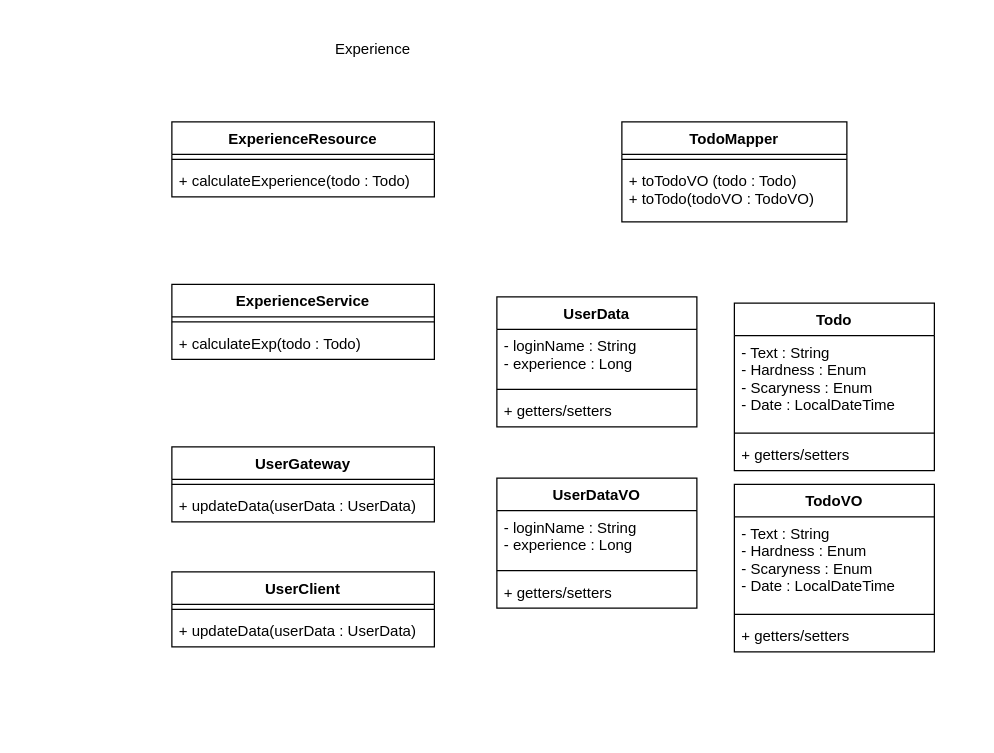
FedosovMax/knightcharacter keeps this draw.io diagram as Experience.drawio. Above is the earlier version. Source tidied: cells renumbered, new cells numbered last; positions are measured from the earlier drawing's top-left corner, leaving out a move shared by most shapes. Both pictures are drawn from the tidied source at 125%, with x=0, y=0 at pixel (171, 36).
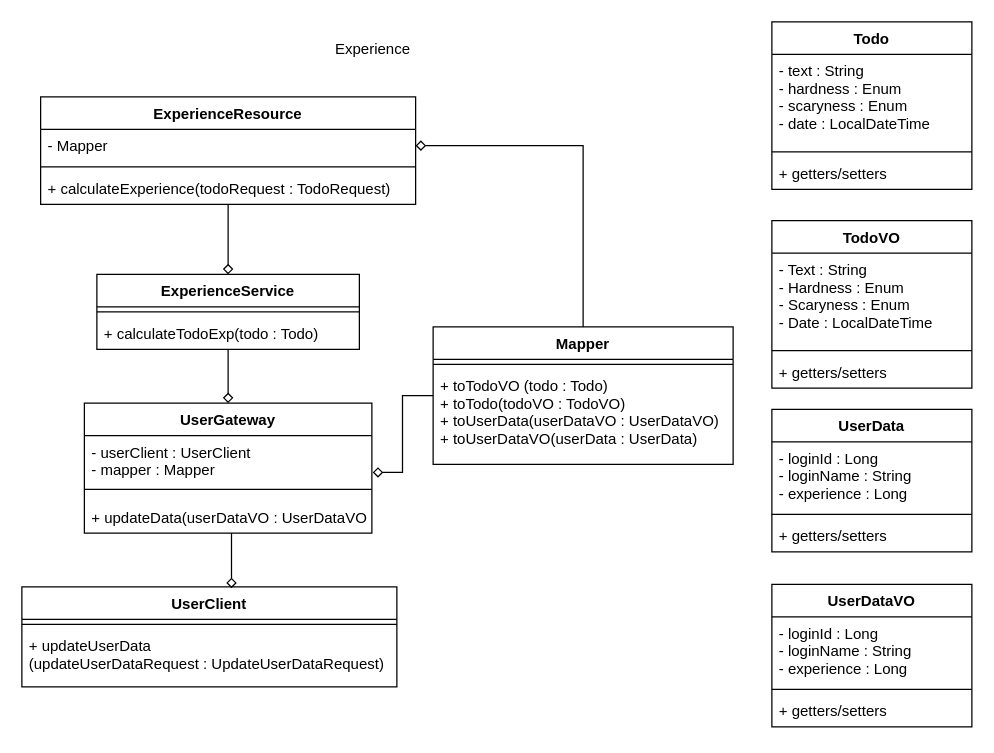
The same page after the edit.

The edit, as a diff of the source:
```diff
@@
+    <mxCell id="34" style="edgeStyle=orthogonalEdgeStyle;rounded=0;jettySize=auto;html=1;endArrow=diamond;endFill=0;" parent="1" edge="1" source="3" target="12">
+      <mxGeometry relative="1" as="geometry" />
+    </mxCell>
     <mxCell id="3" value="ExperienceService" style="swimlane;fontStyle=1;align=center;verticalAlign=top;horizontal=1;startSize=26;fillColor=none;" parent="1" vertex="1">
-      <mxGeometry y="198" width="210" height="60" as="geometry" />
+      <mxGeometry x="-60" y="190" width="210" height="60" as="geometry" />
     </mxCell>
@@
-    <mxCell id="5" value="+ calculateExp(todo : Todo)" style="text;strokeColor=none;fillColor=none;align=left;verticalAlign=top;spacingLeft=4;spacingRight=4;overflow=hidden;" parent="3" vertex="1">
+    <mxCell id="5" value="+ calculateTodoExp(todo : Todo)" style="text;strokeColor=none;fillColor=none;align=left;verticalAlign=top;spacingLeft=4;spacingRight=4;overflow=hidden;" parent="3" vertex="1">
       <mxGeometry y="34" width="210" height="26" as="geometry" />
     </mxCell>
+    <mxCell id="35" style="edgeStyle=orthogonalEdgeStyle;rounded=0;jettySize=auto;html=1;entryX=0.5;entryY=0;entryDx=0;entryDy=0;endArrow=diamond;endFill=0;" parent="1" edge="1" source="6" target="3">
+      <mxGeometry relative="1" as="geometry" />
+    </mxCell>
     <mxCell id="6" value="ExperienceResource" style="swimlane;fontStyle=1;align=center;verticalAlign=top;horizontal=1;startSize=26;fillColor=none;" parent="1" vertex="1">
-      <mxGeometry y="68" width="210" height="60" as="geometry" />
+      <mxGeometry x="-105" y="48" width="300" height="86" as="geometry" />
     </mxCell>
+    <mxCell id="36" value="- Mapper" style="text;strokeColor=none;fillColor=none;align=left;verticalAlign=top;spacingLeft=4;spacingRight=4;overflow=hidden;points=[[0,0.5],[1,0.5]];portConstraint=eastwest;" parent="6" vertex="1">
+      <mxGeometry y="26" width="300" height="26" as="geometry" />
+    </mxCell>
     <mxCell id="7" style="line;strokeWidth=1;fillColor=none;align=left;verticalAlign=middle;spacingTop=-1;spacingLeft=3;spacingRight=3;labelPosition=right;" parent="6" vertex="1">
-      <mxGeometry y="26" width="210" height="8" as="geometry" />
+      <mxGeometry y="52" width="300" height="8" as="geometry" />
     </mxCell>
-    <mxCell id="8" value="+ calculateExperience(todo : Todo)&#10;" style="text;strokeColor=none;fillColor=none;align=left;verticalAlign=top;spacingLeft=4;spacingRight=4;overflow=hidden;" parent="6" vertex="1">
-      <mxGeometry y="34" width="210" height="26" as="geometry" />
+    <mxCell id="8" value="+ calculateExperience(todoRequest : TodoRequest)&#10;" style="text;strokeColor=none;fillColor=none;align=left;verticalAlign=top;spacingLeft=4;spacingRight=4;overflow=hidden;" parent="6" vertex="1">
+      <mxGeometry y="60" width="300" height="26" as="geometry" />
     </mxCell>
+    <mxCell id="37" style="edgeStyle=orthogonalEdgeStyle;rounded=0;jettySize=auto;html=1;entryX=1;entryY=0.5;entryDx=0;entryDy=0;startArrow=none;startFill=0;endArrow=diamond;endFill=0;" parent="1" edge="1" source="9" target="36">
+      <mxGeometry relative="1" as="geometry" />
+    </mxCell>
+    <mxCell id="38" style="edgeStyle=orthogonalEdgeStyle;rounded=0;jettySize=auto;html=1;entryX=1.003;entryY=0.865;entryDx=0;entryDy=0;entryPerimeter=0;startArrow=none;startFill=0;endArrow=diamond;endFill=0;" parent="1" edge="1" source="9" target="40">
+      <mxGeometry relative="1" as="geometry" />
+    </mxCell>
-    <mxCell id="9" value="TodoMapper" style="swimlane;fontStyle=1;align=center;verticalAlign=top;horizontal=1;startSize=26;fillColor=none;" parent="1" vertex="1">
-      <mxGeometry x="360" y="68" width="180" height="80" as="geometry" />
+    <mxCell id="9" value="Mapper" style="swimlane;fontStyle=1;align=center;verticalAlign=top;horizontal=1;startSize=26;fillColor=none;" parent="1" vertex="1">
+      <mxGeometry x="209" y="232" width="240" height="110" as="geometry" />
     </mxCell>
     <mxCell id="10" style="line;strokeWidth=1;fillColor=none;align=left;verticalAlign=middle;spacingTop=-1;spacingLeft=3;spacingRight=3;labelPosition=right;" parent="9" vertex="1">
-      <mxGeometry y="26" width="180" height="8" as="geometry" />
+      <mxGeometry y="26" width="240" height="8" as="geometry" />
     </mxCell>
-    <mxCell id="11" value="+ toTodoVO (todo : Todo)&#10;+ toTodo(todoVO : TodoVO)" style="text;strokeColor=none;fillColor=none;align=left;verticalAlign=top;spacingLeft=4;spacingRight=4;overflow=hidden;" parent="9" vertex="1">
-      <mxGeometry y="34" width="180" height="46" as="geometry" />
+    <mxCell id="11" value="+ toTodoVO (todo : Todo)&#10;+ toTodo(todoVO : TodoVO)&#10;+ toUserData(userDataVO : UserDataVO)&#10;+ toUserDataVO(userData : UserData)" style="text;strokeColor=none;fillColor=none;align=left;verticalAlign=top;spacingLeft=4;spacingRight=4;overflow=hidden;" parent="9" vertex="1">
+      <mxGeometry y="34" width="240" height="76" as="geometry" />
     </mxCell>
+    <mxCell id="39" style="edgeStyle=orthogonalEdgeStyle;rounded=0;jettySize=auto;html=1;entryX=0.559;entryY=0.013;entryDx=0;entryDy=0;entryPerimeter=0;endArrow=diamond;endFill=0;" parent="1" edge="1" source="12" target="15">
+      <mxGeometry relative="1" as="geometry">
+        <Array as="points">
+          <mxPoint x="48" y="419" />
+        </Array>
+      </mxGeometry>
+    </mxCell>
     <mxCell id="12" value="UserGateway" style="swimlane;fontStyle=1;align=center;verticalAlign=top;horizontal=1;startSize=26;fillColor=none;" parent="1" vertex="1">
-      <mxGeometry y="328" width="210" height="60" as="geometry" />
+      <mxGeometry x="-70" y="293" width="230" height="104" as="geometry" />
     </mxCell>
+    <mxCell id="40" value="- userClient : UserClient&#10;- mapper : Mapper" style="text;strokeColor=none;fillColor=none;align=left;verticalAlign=top;spacingLeft=4;spacingRight=4;overflow=hidden;points=[[0,0.5],[1,0.5]];portConstraint=eastwest;" parent="12" vertex="1">
+      <mxGeometry y="26" width="230" height="34" as="geometry" />
+    </mxCell>
     <mxCell id="13" style="line;strokeWidth=1;fillColor=none;align=left;verticalAlign=middle;spacingTop=-1;spacingLeft=3;spacingRight=3;labelPosition=right;" parent="12" vertex="1">
-      <mxGeometry y="26" width="210" height="8" as="geometry" />
+      <mxGeometry y="60" width="230" height="18" as="geometry" />
     </mxCell>
-    <mxCell id="14" value="+ updateData(userData : UserData)" style="text;strokeColor=none;fillColor=none;align=left;verticalAlign=top;spacingLeft=4;spacingRight=4;overflow=hidden;" parent="12" vertex="1">
-      <mxGeometry y="34" width="210" height="26" as="geometry" />
+    <mxCell id="14" value="+ updateData(userDataVO : UserDataVO)" style="text;strokeColor=none;fillColor=none;align=left;verticalAlign=top;spacingLeft=4;spacingRight=4;overflow=hidden;" parent="12" vertex="1">
+      <mxGeometry y="78" width="230" height="26" as="geometry" />
     </mxCell>
     <mxCell id="15" value="UserClient" style="swimlane;fontStyle=1;align=center;verticalAlign=top;horizontal=1;startSize=26;fillColor=none;" parent="1" vertex="1">
-      <mxGeometry y="428" width="210" height="60" as="geometry" />
+      <mxGeometry x="-120" y="440" width="300" height="80" as="geometry" />
     </mxCell>
     <mxCell id="16" style="line;strokeWidth=1;fillColor=none;align=left;verticalAlign=middle;spacingTop=-1;spacingLeft=3;spacingRight=3;labelPosition=right;" parent="15" vertex="1">
-      <mxGeometry y="26" width="210" height="8" as="geometry" />
+      <mxGeometry y="26" width="300" height="8" as="geometry" />
     </mxCell>
-    <mxCell id="17" value="+ updateData(userData : UserData)" style="text;strokeColor=none;fillColor=none;align=left;verticalAlign=top;spacingLeft=4;spacingRight=4;overflow=hidden;" parent="15" vertex="1">
-      <mxGeometry y="34" width="210" height="26" as="geometry" />
+    <mxCell id="17" value="+ updateUserData&#10;(updateUserDataRequest : UpdateUserDataRequest)" style="text;strokeColor=none;fillColor=none;align=left;verticalAlign=top;spacingLeft=4;spacingRight=4;overflow=hidden;" parent="15" vertex="1">
+      <mxGeometry y="34" width="300" height="46" as="geometry" />
     </mxCell>
     <mxCell id="18" value="Todo" style="swimlane;fontStyle=1;align=center;verticalAlign=top;horizontal=1;startSize=26;fillColor=none;" parent="1" vertex="1">
-      <mxGeometry x="450" y="213" width="160" height="134" as="geometry" />
+      <mxGeometry x="480" y="-12" width="160" height="134" as="geometry" />
     </mxCell>
-    <mxCell id="19" value="- Text : String&#10;- Hardness : Enum&#10;- Scaryness : Enum&#10;- Date : LocalDateTime" style="text;strokeColor=none;fillColor=none;align=left;verticalAlign=top;spacingLeft=4;spacingRight=4;overflow=hidden;" parent="18" vertex="1">
+    <mxCell id="19" value="- text : String&#10;- hardness : Enum&#10;- scaryness : Enum&#10;- date : LocalDateTime" style="text;strokeColor=none;fillColor=none;align=left;verticalAlign=top;spacingLeft=4;spacingRight=4;overflow=hidden;" parent="18" vertex="1">
       <mxGeometry y="26" width="160" height="74" as="geometry" />
     </mxCell>
@@
     <mxCell id="22" value="TodoVO" style="swimlane;fontStyle=1;align=center;verticalAlign=top;horizontal=1;startSize=26;fillColor=none;" parent="1" vertex="1">
-      <mxGeometry x="450" y="358" width="160" height="134" as="geometry" />
+      <mxGeometry x="480" y="147" width="160" height="134" as="geometry" />
     </mxCell>
@@
     <mxCell id="26" value="UserData" style="swimlane;fontStyle=1;align=center;verticalAlign=top;horizontal=1;startSize=26;fillColor=none;" parent="1" vertex="1">
-      <mxGeometry x="260" y="208" width="160" height="104" as="geometry" />
+      <mxGeometry x="480" y="298" width="160" height="114" as="geometry" />
     </mxCell>
-    <mxCell id="27" value="- loginName : String&#10;- experience : Long" style="text;strokeColor=none;fillColor=none;align=left;verticalAlign=top;spacingLeft=4;spacingRight=4;overflow=hidden;" parent="26" vertex="1">
-      <mxGeometry y="26" width="160" height="44" as="geometry" />
+    <mxCell id="27" value="- loginId : Long&#10;- loginName : String&#10;- experience : Long" style="text;strokeColor=none;fillColor=none;align=left;verticalAlign=top;spacingLeft=4;spacingRight=4;overflow=hidden;" parent="26" vertex="1">
+      <mxGeometry y="26" width="160" height="54" as="geometry" />
     </mxCell>
     <mxCell id="28" style="line;strokeWidth=1;fillColor=none;align=left;verticalAlign=middle;spacingTop=-1;spacingLeft=3;spacingRight=3;labelPosition=right;" parent="26" vertex="1">
-      <mxGeometry y="70" width="160" height="8" as="geometry" />
+      <mxGeometry y="80" width="160" height="8" as="geometry" />
     </mxCell>
     <mxCell id="29" value="+ getters/setters" style="text;strokeColor=none;fillColor=none;align=left;verticalAlign=top;spacingLeft=4;spacingRight=4;overflow=hidden;" parent="26" vertex="1">
-      <mxGeometry y="78" width="160" height="26" as="geometry" />
+      <mxGeometry y="88" width="160" height="26" as="geometry" />
     </mxCell>
     <mxCell id="30" value="UserDataVO" style="swimlane;fontStyle=1;align=center;verticalAlign=top;horizontal=1;startSize=26;fillColor=none;" parent="1" vertex="1">
-      <mxGeometry x="260" y="353" width="160" height="104" as="geometry" />
+      <mxGeometry x="480" y="438" width="160" height="114" as="geometry" />
     </mxCell>
-    <mxCell id="31" value="- loginName : String&#10;- experience : Long" style="text;strokeColor=none;fillColor=none;align=left;verticalAlign=top;spacingLeft=4;spacingRight=4;overflow=hidden;" parent="30" vertex="1">
-      <mxGeometry y="26" width="160" height="44" as="geometry" />
-    </mxCell>
-    <mxCell id="32" style="line;strokeWidth=1;fillColor=none;align=left;verticalAlign=middle;spacingTop=-1;spacingLeft=3;spacingRight=3;labelPosition=right;" parent="30" vertex="1">
-      <mxGeometry y="70" width="160" height="8" as="geometry" />
-    </mxCell>
+    <mxCell id="41" value="- loginId : Long&#10;- loginName : String&#10;- experience : Long" style="text;strokeColor=none;fillColor=none;align=left;verticalAlign=top;spacingLeft=4;spacingRight=4;overflow=hidden;" parent="30" vertex="1">
+      <mxGeometry y="26" width="160" height="54" as="geometry" />
+    </mxCell>
+    <mxCell id="42" style="line;strokeWidth=1;fillColor=none;align=left;verticalAlign=middle;spacingTop=-1;spacingLeft=3;spacingRight=3;labelPosition=right;" parent="30" vertex="1">
+      <mxGeometry y="80" width="160" height="8" as="geometry" />
+    </mxCell>
     <mxCell id="33" value="+ getters/setters" style="text;strokeColor=none;fillColor=none;align=left;verticalAlign=top;spacingLeft=4;spacingRight=4;overflow=hidden;" parent="30" vertex="1">
-      <mxGeometry y="78" width="160" height="26" as="geometry" />
+      <mxGeometry y="88" width="160" height="26" as="geometry" />
     </mxCell>
```
